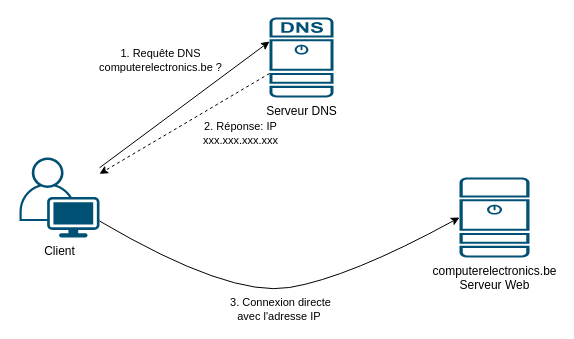
Earlier version of the draw.io diagram diagrams/dns_resolution_computerelectronics.drawio (choquitofrito/ActiveDirectory). Source tidied: cells renumbered, new cells numbered last; positions are measured from the earlier drawing's top-left corner, leaving out a move shared by most shapes. Both pictures are drawn from the tidied source at 100%, with x=0, y=0 at pixel (19, 17).
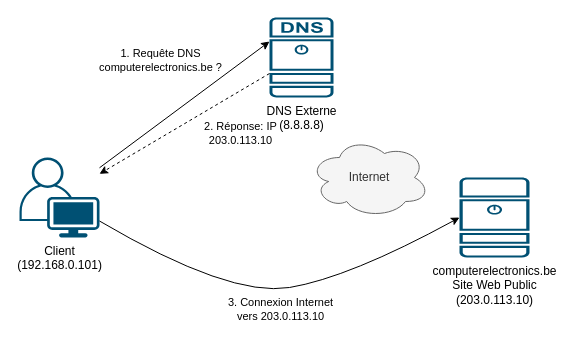
After the change.

Diff of the diagram source:
```diff
@@
 <mxGraphModel>
   <root>
     <mxCell id="0" />
     <mxCell id="1" parent="0" />
-    <mxCell id="2" value="Client" style="points=[[0.35,0,0],[0.98,0.51,0],[1,0.71,0],[0.67,1,0],[0,0.795,0],[0,0.65,0]];verticalLabelPosition=bottom;sketch=0;html=1;verticalAlign=top;align=center;shape=mxgraph.cisco19.user;fillColor=#005073;strokeColor=none;" parent="1" vertex="1">
+    <mxCell id="2" value="Client&#10;(192.168.0.101)" style="points=[[0.35,0,0],[0.98,0.51,0],[1,0.71,0],[0.67,1,0],[0,0.795,0],[0,0.65,0]];verticalLabelPosition=bottom;sketch=0;html=1;verticalAlign=top;align=center;shape=mxgraph.cisco19.user;fillColor=#005073;strokeColor=none;" parent="1" vertex="1">
       <mxGeometry y="140" width="80" height="80" as="geometry" />
     </mxCell>
-    <mxCell id="3" value="Serveur DNS" style="points=[[0.015,0.015,0],[0.985,0.015,0],[0.985,0.985,0],[0.015,0.985,0],[0.25,0,0],[0.5,0,0],[0.75,0,0],[1,0.25,0],[1,0.5,0],[1,0.75,0],[0.75,1,0],[0.5,1,0],[0.25,1,0],[0,0.75,0],[0,0.5,0],[0,0.25,0]];verticalLabelPosition=bottom;html=1;verticalAlign=top;align=center;shape=mxgraph.cisco19.dns_server;fillColor=#005073;strokeColor=none;" parent="1" vertex="1">
+    <mxCell id="3" value="DNS Externe&#10;(8.8.8.8)" style="points=[[0.015,0.015,0],[0.985,0.015,0],[0.985,0.985,0],[0.015,0.985,0],[0.25,0,0],[0.5,0,0],[0.75,0,0],[1,0.25,0],[1,0.5,0],[1,0.75,0],[0.75,1,0],[0.5,1,0],[0.25,1,0],[0,0.75,0],[0,0.5,0],[0,0.25,0]];verticalLabelPosition=bottom;html=1;verticalAlign=top;align=center;shape=mxgraph.cisco19.dns_server;fillColor=#005073;strokeColor=none;" parent="1" vertex="1">
       <mxGeometry x="250" width="64" height="80" as="geometry" />
     </mxCell>
-    <mxCell id="4" value="computerelectronics.be&#10;Serveur Web" style="points=[[0.015,0.015,0],[0.985,0.015,0],[0.985,0.985,0],[0.015,0.985,0],[0.25,0,0],[0.5,0,0],[0.75,0,0],[1,0.25,0],[1,0.5,0],[1,0.75,0],[0.75,1,0],[0.5,1,0],[0.25,1,0],[0,0.75,0],[0,0.5,0],[0,0.25,0]];verticalLabelPosition=bottom;html=1;verticalAlign=top;align=center;shape=mxgraph.cisco19.server;fillColor=#005073;strokeColor=none;" parent="1" vertex="1">
+    <mxCell id="4" value="computerelectronics.be&#10;Site Web Public&#10;(203.0.113.10)" style="points=[[0.015,0.015,0],[0.985,0.015,0],[0.985,0.985,0],[0.015,0.985,0],[0.25,0,0],[0.5,0,0],[0.75,0,0],[1,0.25,0],[1,0.5,0],[1,0.75,0],[0.75,1,0],[0.5,1,0],[0.25,1,0],[0,0.75,0],[0,0.5,0],[0,0.25,0]];verticalLabelPosition=bottom;html=1;verticalAlign=top;align=center;shape=mxgraph.cisco19.server;fillColor=#005073;strokeColor=none;" parent="1" vertex="1">
       <mxGeometry x="440" y="160" width="70" height="80" as="geometry" />
     </mxCell>
     <mxCell id="5" value="1. Requête DNS&#10;computerelectronics.be ?" style="endArrow=classic;html=1;entryX=0;entryY=0.3;entryDx=0;entryDy=0;" parent="1" edge="1" source="2" target="3">
       <mxGeometry x="0.07" y="50" relative="1" as="geometry" />
     </mxCell>
-    <mxCell id="6" value="2. Réponse: IP&#10;xxx.xxx.xxx.xxx" style="endArrow=classic;html=1;exitX=0;exitY=0.7;exitDx=0;exitDy=0;dashed=1;" parent="1" edge="1" source="3" target="2">
+    <mxCell id="6" value="2. Réponse: IP&#10;203.0.113.10" style="endArrow=classic;html=1;exitX=0;exitY=0.7;exitDx=0;exitDy=0;dashed=1;" parent="1" edge="1" source="3" target="2">
       <mxGeometry x="-0.43" y="37" relative="1" as="geometry" />
     </mxCell>
-    <mxCell id="7" value="3. Connexion directe&lt;br&gt;avec l'adresse IP&amp;nbsp;" style="endArrow=classic;html=1;curved=1;entryX=0;entryY=0.5;entryDx=0;entryDy=0;" parent="1" edge="1" source="2" target="4">
+    <mxCell id="7" value="3. Connexion Internet&#10;vers 203.0.113.10" style="endArrow=classic;html=1;curved=1;entryX=0;entryY=0.5;entryDx=0;entryDy=0;" parent="1" edge="1" source="2" target="4">
       <mxGeometry y="-20" relative="1" as="geometry">
         <Array as="points">
           <mxPoint x="210" y="280" />
           <mxPoint x="330" y="260" />
         </Array>
       </mxGeometry>
     </mxCell>
+    <mxCell id="8" value="Internet" style="ellipse;shape=cloud;whiteSpace=wrap;html=1;fillColor=#f5f5f5;strokeColor=#666666;fontColor=#333333;" parent="1" vertex="1">
+      <mxGeometry x="290" y="120" width="120" height="80" as="geometry" />
+    </mxCell>
   </root>
 </mxGraphModel>
```
